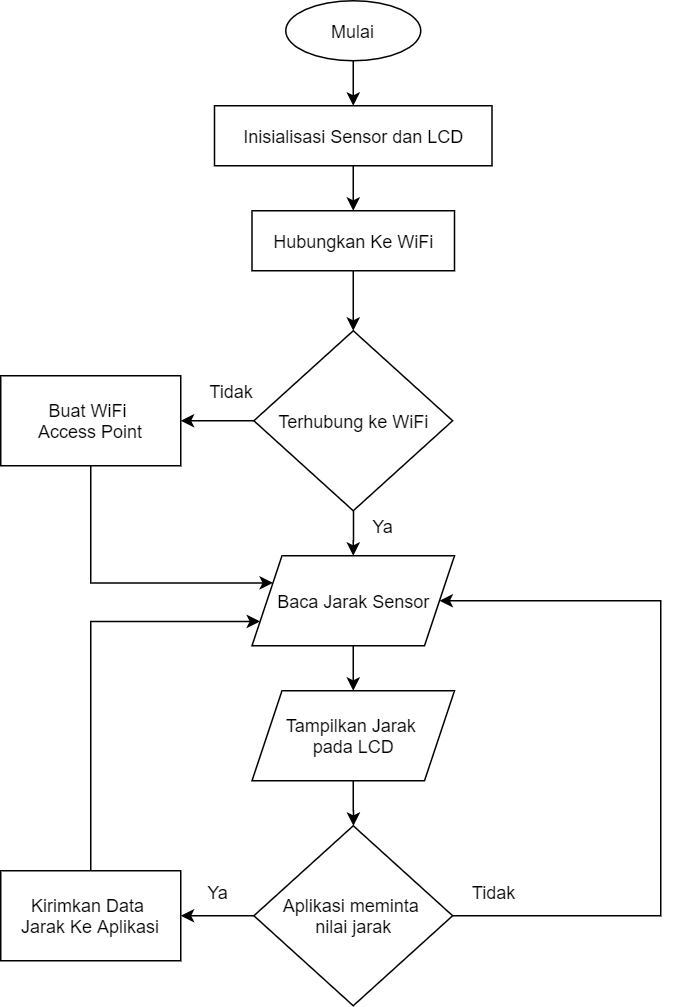
Before: Assets/flowchart-arduino.png, a diagram exported from draw.io (nazililham11/measurement_tool). Source tidied: cells renumbered, new cells last; positions are measured from the earlier drawing's top-left corner, leaving out a move shared by most shapes. Source of this version:
```xml
<mxGraphModel>
  <root>
    <mxCell id="0" />
    <mxCell id="1" parent="0" />
    <mxCell id="2" style="edgeStyle=orthogonalEdgeStyle;rounded=0;jettySize=auto;html=1;" parent="1" edge="1" source="3" target="25">
      <mxGeometry relative="1" as="geometry" />
    </mxCell>
    <mxCell id="3" value="Mulai" style="ellipse;whiteSpace=wrap;html=1;" parent="1" vertex="1">
      <mxGeometry x="190" width="90" height="40" as="geometry" />
    </mxCell>
    <mxCell id="4" style="edgeStyle=orthogonalEdgeStyle;rounded=0;jettySize=auto;html=1;entryX=0.5;entryY=0;entryDx=0;entryDy=0;" parent="1" edge="1" source="5" target="17">
      <mxGeometry relative="1" as="geometry" />
    </mxCell>
    <mxCell id="5" value="Hubungkan Ke WiFi" style="rounded=0;whiteSpace=wrap;html=1;" parent="1" vertex="1">
      <mxGeometry x="167.5" y="140" width="135" height="40" as="geometry" />
    </mxCell>
    <mxCell id="6" style="edgeStyle=orthogonalEdgeStyle;rounded=0;jettySize=auto;html=1;entryX=0.5;entryY=0;entryDx=0;entryDy=0;" parent="1" edge="1" source="7" target="9">
      <mxGeometry relative="1" as="geometry" />
    </mxCell>
    <mxCell id="7" value="Baca Jarak Sensor" style="shape=parallelogram;perimeter=parallelogramPerimeter;whiteSpace=wrap;html=1;fixedSize=1;" parent="1" vertex="1">
      <mxGeometry x="167.5" y="370" width="135" height="60" as="geometry" />
    </mxCell>
    <mxCell id="8" style="edgeStyle=orthogonalEdgeStyle;rounded=0;jettySize=auto;html=1;" parent="1" edge="1" source="9" target="12">
      <mxGeometry relative="1" as="geometry" />
    </mxCell>
    <mxCell id="9" value="Tampilkan Jarak &lt;br&gt;pada LCD" style="shape=parallelogram;perimeter=parallelogramPerimeter;whiteSpace=wrap;html=1;fixedSize=1;" parent="1" vertex="1">
      <mxGeometry x="167.5" y="460" width="135" height="60" as="geometry" />
    </mxCell>
    <mxCell id="10" style="edgeStyle=orthogonalEdgeStyle;rounded=0;jettySize=auto;html=1;entryX=1;entryY=0.5;entryDx=0;entryDy=0;" parent="1" edge="1" source="12" target="14">
      <mxGeometry relative="1" as="geometry" />
    </mxCell>
    <mxCell id="11" style="edgeStyle=orthogonalEdgeStyle;rounded=0;jettySize=auto;html=1;entryX=1;entryY=0.5;entryDx=0;entryDy=0;" parent="1" edge="1" source="12" target="7">
      <mxGeometry relative="1" as="geometry">
        <Array as="points">
          <mxPoint x="440" y="610" />
          <mxPoint x="440" y="400" />
        </Array>
      </mxGeometry>
    </mxCell>
    <mxCell id="12" value="Aplikasi meminta &lt;br&gt;nilai jarak" style="rhombus;whiteSpace=wrap;html=1;" parent="1" vertex="1">
      <mxGeometry x="168.8" y="550" width="132.5" height="120" as="geometry" />
    </mxCell>
    <mxCell id="13" style="edgeStyle=orthogonalEdgeStyle;rounded=0;jettySize=auto;html=1;entryX=0;entryY=0.75;entryDx=0;entryDy=0;" parent="1" edge="1" source="14" target="7">
      <mxGeometry relative="1" as="geometry">
        <Array as="points">
          <mxPoint x="60" y="414" />
        </Array>
      </mxGeometry>
    </mxCell>
    <mxCell id="14" value="Kirimkan Data &lt;br&gt;Jarak Ke Aplikasi" style="rounded=0;whiteSpace=wrap;html=1;" parent="1" vertex="1">
      <mxGeometry y="580" width="120" height="60" as="geometry" />
    </mxCell>
    <mxCell id="15" style="edgeStyle=orthogonalEdgeStyle;rounded=0;jettySize=auto;html=1;" parent="1" edge="1" source="17" target="19">
      <mxGeometry relative="1" as="geometry" />
    </mxCell>
    <mxCell id="16" style="edgeStyle=orthogonalEdgeStyle;rounded=0;jettySize=auto;html=1;" parent="1" edge="1" source="17" target="7">
      <mxGeometry relative="1" as="geometry" />
    </mxCell>
    <mxCell id="17" value="Terhubung ke WiFi" style="rhombus;whiteSpace=wrap;html=1;" parent="1" vertex="1">
      <mxGeometry x="168.8" y="220" width="132.5" height="120" as="geometry" />
    </mxCell>
    <mxCell id="18" style="edgeStyle=orthogonalEdgeStyle;rounded=0;jettySize=auto;html=1;entryX=0;entryY=0.25;entryDx=0;entryDy=0;" parent="1" edge="1" source="19" target="7">
      <mxGeometry relative="1" as="geometry">
        <Array as="points">
          <mxPoint x="60" y="388" />
        </Array>
      </mxGeometry>
    </mxCell>
    <mxCell id="19" value="Buat WiFi &lt;br&gt;Access Point" style="rounded=0;whiteSpace=wrap;html=1;" parent="1" vertex="1">
      <mxGeometry y="250" width="120" height="60" as="geometry" />
    </mxCell>
    <mxCell id="20" value="Ya" style="text;html=1;strokeColor=none;fillColor=none;align=center;verticalAlign=middle;whiteSpace=wrap;rounded=0;" parent="1" vertex="1">
      <mxGeometry x="240" y="340" width="30" height="20" as="geometry" />
    </mxCell>
    <mxCell id="21" value="Ya" style="text;html=1;strokeColor=none;fillColor=none;align=center;verticalAlign=middle;whiteSpace=wrap;rounded=0;" parent="1" vertex="1">
      <mxGeometry x="130" y="584" width="30" height="20" as="geometry" />
    </mxCell>
    <mxCell id="22" value="Tidak" style="text;html=1;strokeColor=none;fillColor=none;align=center;verticalAlign=middle;whiteSpace=wrap;rounded=0;" parent="1" vertex="1">
      <mxGeometry x="313.5" y="584" width="30" height="20" as="geometry" />
    </mxCell>
    <mxCell id="23" value="Tidak" style="text;html=1;strokeColor=none;fillColor=none;align=center;verticalAlign=middle;whiteSpace=wrap;rounded=0;" parent="1" vertex="1">
      <mxGeometry x="138.8" y="250" width="30" height="20" as="geometry" />
    </mxCell>
    <mxCell id="24" style="edgeStyle=orthogonalEdgeStyle;rounded=0;jettySize=auto;html=1;entryX=0.5;entryY=0;entryDx=0;entryDy=0;" parent="1" edge="1" source="25" target="5">
      <mxGeometry relative="1" as="geometry" />
    </mxCell>
    <mxCell id="25" value="Inisialisasi Sensor dan LCD" style="rounded=0;whiteSpace=wrap;html=1;" parent="1" vertex="1">
      <mxGeometry x="142.5" y="70" width="185" height="40" as="geometry" />
    </mxCell>
  </root>
</mxGraphModel>
```
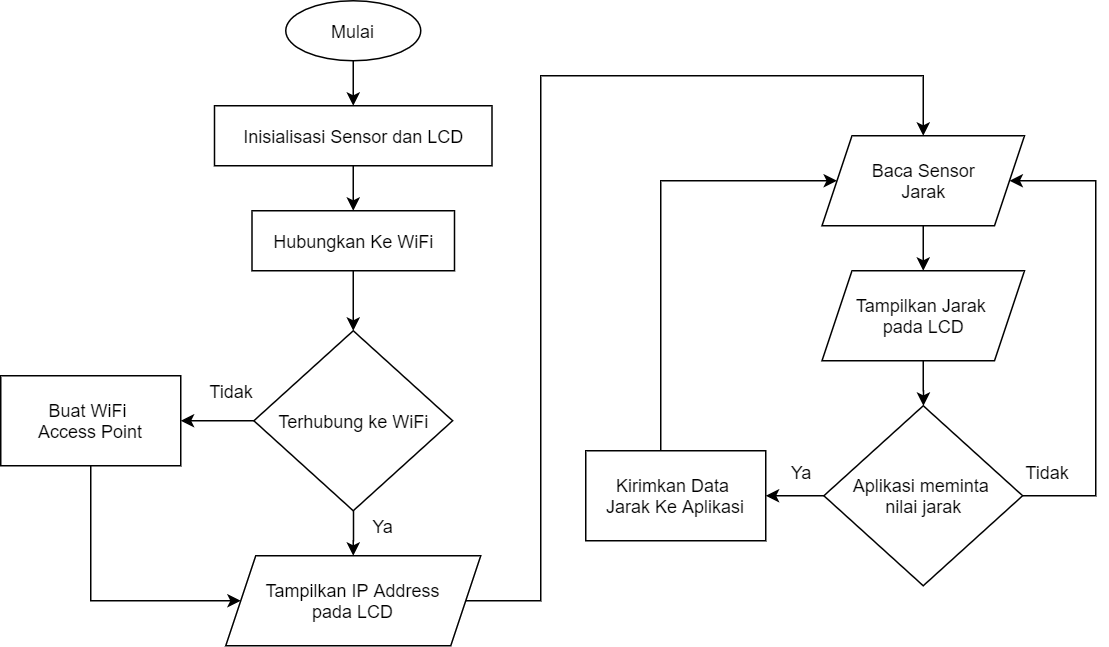
After the change.

Commit message:
- Perubahan Flowchart  Arduino

Diff of the diagram source:
```diff
@@ -17,14 +17,14 @@
     <mxCell id="6" style="edgeStyle=orthogonalEdgeStyle;rounded=0;jettySize=auto;html=1;entryX=0.5;entryY=0;entryDx=0;entryDy=0;" parent="1" edge="1" source="7" target="9">
       <mxGeometry relative="1" as="geometry" />
     </mxCell>
-    <mxCell id="7" value="Baca Jarak Sensor" style="shape=parallelogram;perimeter=parallelogramPerimeter;whiteSpace=wrap;html=1;fixedSize=1;" parent="1" vertex="1">
-      <mxGeometry x="167.5" y="370" width="135" height="60" as="geometry" />
+    <mxCell id="7" value="Baca Sensor&lt;br&gt;Jarak" style="shape=parallelogram;perimeter=parallelogramPerimeter;whiteSpace=wrap;html=1;fixedSize=1;" parent="1" vertex="1">
+      <mxGeometry x="547.5" y="90" width="135" height="60" as="geometry" />
     </mxCell>
     <mxCell id="8" style="edgeStyle=orthogonalEdgeStyle;rounded=0;jettySize=auto;html=1;" parent="1" edge="1" source="9" target="12">
       <mxGeometry relative="1" as="geometry" />
     </mxCell>
     <mxCell id="9" value="Tampilkan Jarak &lt;br&gt;pada LCD" style="shape=parallelogram;perimeter=parallelogramPerimeter;whiteSpace=wrap;html=1;fixedSize=1;" parent="1" vertex="1">
-      <mxGeometry x="167.5" y="460" width="135" height="60" as="geometry" />
+      <mxGeometry x="547.5" y="180" width="135" height="60" as="geometry" />
     </mxCell>
     <mxCell id="10" style="edgeStyle=orthogonalEdgeStyle;rounded=0;jettySize=auto;html=1;entryX=1;entryY=0.5;entryDx=0;entryDy=0;" parent="1" edge="1" source="12" target="14">
       <mxGeometry relative="1" as="geometry" />
@@ -32,40 +32,40 @@
     <mxCell id="11" style="edgeStyle=orthogonalEdgeStyle;rounded=0;jettySize=auto;html=1;entryX=1;entryY=0.5;entryDx=0;entryDy=0;" parent="1" edge="1" source="12" target="7">
       <mxGeometry relative="1" as="geometry">
         <Array as="points">
-          <mxPoint x="440" y="610" />
-          <mxPoint x="440" y="400" />
+          <mxPoint x="730" y="330" />
+          <mxPoint x="730" y="120" />
         </Array>
       </mxGeometry>
     </mxCell>
     <mxCell id="12" value="Aplikasi meminta &lt;br&gt;nilai jarak" style="rhombus;whiteSpace=wrap;html=1;" parent="1" vertex="1">
-      <mxGeometry x="168.8" y="550" width="132.5" height="120" as="geometry" />
+      <mxGeometry x="548.8" y="270" width="132.5" height="120" as="geometry" />
     </mxCell>
-    <mxCell id="13" style="edgeStyle=orthogonalEdgeStyle;rounded=0;jettySize=auto;html=1;entryX=0;entryY=0.75;entryDx=0;entryDy=0;" parent="1" edge="1" source="14" target="7">
+    <mxCell id="13" style="edgeStyle=orthogonalEdgeStyle;rounded=0;jettySize=auto;html=1;entryX=0;entryY=0.5;entryDx=0;entryDy=0;" parent="1" edge="1" source="14" target="7">
       <mxGeometry relative="1" as="geometry">
         <Array as="points">
-          <mxPoint x="60" y="414" />
+          <mxPoint x="440" y="120" />
         </Array>
       </mxGeometry>
     </mxCell>
     <mxCell id="14" value="Kirimkan Data &lt;br&gt;Jarak Ke Aplikasi" style="rounded=0;whiteSpace=wrap;html=1;" parent="1" vertex="1">
-      <mxGeometry y="580" width="120" height="60" as="geometry" />
+      <mxGeometry x="390" y="300" width="120" height="60" as="geometry" />
     </mxCell>
     <mxCell id="15" style="edgeStyle=orthogonalEdgeStyle;rounded=0;jettySize=auto;html=1;" parent="1" edge="1" source="17" target="19">
       <mxGeometry relative="1" as="geometry" />
     </mxCell>
-    <mxCell id="16" style="edgeStyle=orthogonalEdgeStyle;rounded=0;jettySize=auto;html=1;" parent="1" edge="1" source="17" target="7">
-      <mxGeometry relative="1" as="geometry" />
-    </mxCell>
+    <mxCell id="26" style="edgeStyle=orthogonalEdgeStyle;rounded=0;jettySize=auto;html=1;entryX=0.5;entryY=0;entryDx=0;entryDy=0;" parent="1" edge="1" source="17" target="29">
+      <mxGeometry relative="1" as="geometry" />
+    </mxCell>
     <mxCell id="17" value="Terhubung ke WiFi" style="rhombus;whiteSpace=wrap;html=1;" parent="1" vertex="1">
       <mxGeometry x="168.8" y="220" width="132.5" height="120" as="geometry" />
     </mxCell>
-    <mxCell id="18" style="edgeStyle=orthogonalEdgeStyle;rounded=0;jettySize=auto;html=1;entryX=0;entryY=0.25;entryDx=0;entryDy=0;" parent="1" edge="1" source="19" target="7">
-      <mxGeometry relative="1" as="geometry">
-        <Array as="points">
-          <mxPoint x="60" y="388" />
-        </Array>
-      </mxGeometry>
-    </mxCell>
+    <mxCell id="27" style="edgeStyle=orthogonalEdgeStyle;rounded=0;jettySize=auto;html=1;entryX=0;entryY=0.5;entryDx=0;entryDy=0;" parent="1" edge="1" source="19" target="29">
+      <mxGeometry relative="1" as="geometry">
+        <Array as="points">
+          <mxPoint x="60" y="400" />
+        </Array>
+      </mxGeometry>
+    </mxCell>
     <mxCell id="19" value="Buat WiFi &lt;br&gt;Access Point" style="rounded=0;whiteSpace=wrap;html=1;" parent="1" vertex="1">
       <mxGeometry y="250" width="120" height="60" as="geometry" />
     </mxCell>
@@ -73,10 +73,10 @@
       <mxGeometry x="240" y="340" width="30" height="20" as="geometry" />
     </mxCell>
     <mxCell id="21" value="Ya" style="text;html=1;strokeColor=none;fillColor=none;align=center;verticalAlign=middle;whiteSpace=wrap;rounded=0;" parent="1" vertex="1">
-      <mxGeometry x="130" y="584" width="30" height="20" as="geometry" />
+      <mxGeometry x="518.8" y="304" width="30" height="20" as="geometry" />
     </mxCell>
     <mxCell id="22" value="Tidak" style="text;html=1;strokeColor=none;fillColor=none;align=center;verticalAlign=middle;whiteSpace=wrap;rounded=0;" parent="1" vertex="1">
-      <mxGeometry x="313.5" y="584" width="30" height="20" as="geometry" />
+      <mxGeometry x="682.5" y="304" width="30" height="20" as="geometry" />
     </mxCell>
     <mxCell id="23" value="Tidak" style="text;html=1;strokeColor=none;fillColor=none;align=center;verticalAlign=middle;whiteSpace=wrap;rounded=0;" parent="1" vertex="1">
       <mxGeometry x="138.8" y="250" width="30" height="20" as="geometry" />
@@ -87,5 +87,17 @@
     <mxCell id="25" value="Inisialisasi Sensor dan LCD" style="rounded=0;whiteSpace=wrap;html=1;" parent="1" vertex="1">
       <mxGeometry x="142.5" y="70" width="185" height="40" as="geometry" />
     </mxCell>
+    <mxCell id="28" style="edgeStyle=orthogonalEdgeStyle;rounded=0;jettySize=auto;html=1;" parent="1" edge="1" source="29" target="7">
+      <mxGeometry relative="1" as="geometry">
+        <Array as="points">
+          <mxPoint x="360" y="400" />
+          <mxPoint x="360" y="50" />
+          <mxPoint x="615" y="50" />
+        </Array>
+      </mxGeometry>
+    </mxCell>
+    <mxCell id="29" value="Tampilkan IP Address&lt;br&gt;pada LCD" style="shape=parallelogram;perimeter=parallelogramPerimeter;whiteSpace=wrap;html=1;fixedSize=1;" parent="1" vertex="1">
+      <mxGeometry x="150" y="370" width="170" height="60" as="geometry" />
+    </mxCell>
   </root>
 </mxGraphModel>
```
